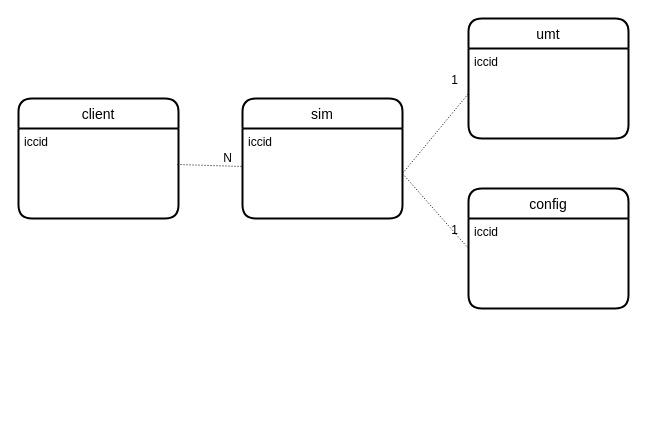
This is sim_control/Untitled Diagram.drawio from catcallxw/uml, a draw.io file, before an edit. Source tidied: cells renumbered, new cells numbered last; positions are measured from the earlier drawing's top-left corner, leaving out a move shared by most shapes. Both pictures are drawn from the tidied source at 100%, with x=0, y=0 at pixel (18, 18).
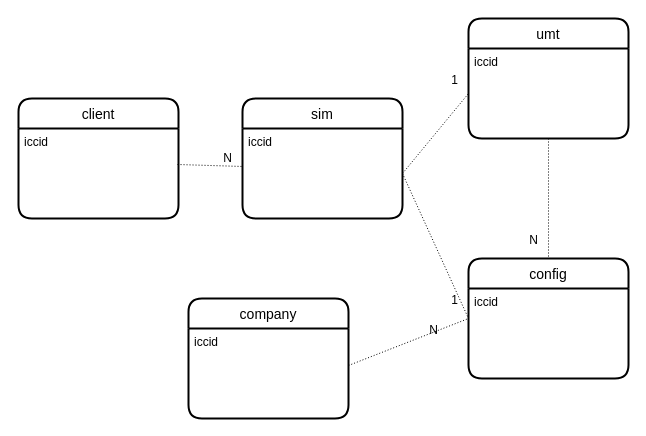
The same page after the edit.

The change refers to these unchanged cells:
```xml
<mxCell id="5" value="iccid" style="align=left;strokeColor=none;fillColor=none;spacingLeft=4;fontSize=12;verticalAlign=top;" parent="4" vertex="1">
  <mxGeometry y="30" width="160" height="90" as="geometry" />
</mxCell>
```

The edit, as a diff of the source:
```diff
@@
     <mxCell id="8" value="config" style="swimlane;horizontal=1;startSize=30;rounded=1;fontSize=14;fontStyle=0;strokeWidth=2;shadow=0;dashed=0;align=center;" parent="1" vertex="1">
-      <mxGeometry x="450" y="170" width="160" height="120" as="geometry" />
+      <mxGeometry x="450" y="240" width="160" height="120" as="geometry" />
     </mxCell>
@@
+    <mxCell id="16" style="endArrow=none;html=1;rounded=0;dashed=1;dashPattern=1 2;exitX=0.5;exitY=1;exitDx=0;exitDy=0;entryX=0.5;entryY=0;entryDx=0;entryDy=0;" parent="1" edge="1" source="5" target="8">
+      <mxGeometry relative="1" as="geometry" />
+    </mxCell>
+    <mxCell id="17" value="N" style="html=1;align=right;verticalAlign=bottom;" parent="16" vertex="1">
+      <mxGeometry x="1" relative="1" as="geometry">
+        <mxPoint x="-10" y="-10" as="offset" />
+      </mxGeometry>
+    </mxCell>
+    <mxCell id="18" value="company" style="swimlane;horizontal=1;startSize=30;rounded=1;fontSize=14;fontStyle=0;strokeWidth=2;shadow=0;dashed=0;align=center;" parent="1" vertex="1">
+      <mxGeometry x="170" y="280" width="160" height="120" as="geometry" />
+    </mxCell>
+    <mxCell id="19" value="iccid" style="align=left;strokeColor=none;fillColor=none;spacingLeft=4;fontSize=12;verticalAlign=top;" parent="18" vertex="1">
+      <mxGeometry y="30" width="160" height="90" as="geometry" />
+    </mxCell>
+    <mxCell id="20" style="endArrow=none;html=1;rounded=0;dashed=1;dashPattern=1 2;exitX=1;exitY=0.411;exitDx=0;exitDy=0;exitPerimeter=0;entryX=0;entryY=0.5;entryDx=0;entryDy=0;" parent="1" edge="1" source="19" target="8">
+      <mxGeometry relative="1" as="geometry" />
+    </mxCell>
+    <mxCell id="21" value="N" style="html=1;align=right;verticalAlign=bottom;" parent="20" vertex="1">
+      <mxGeometry x="1" relative="1" as="geometry">
+        <mxPoint x="-30" y="20" as="offset" />
+      </mxGeometry>
+    </mxCell>
```
